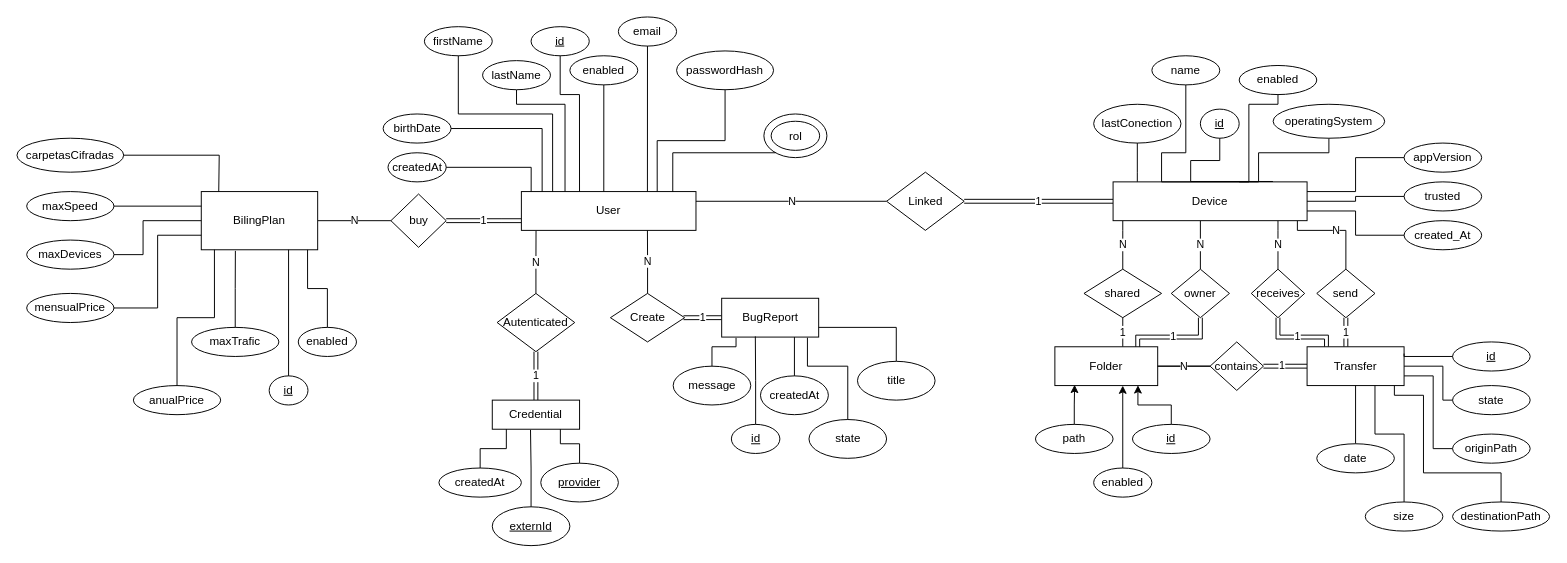
Above: docs/Diagrama_ER.drawio in Julian-Reguera/Bault_server (draw.io), before the change. Source tidied: cells renumbered, new cells numbered last; positions are measured from the earlier drawing's top-left corner, leaving out a move shared by most shapes. Both pictures are drawn from the tidied source at 97%, with x=0, y=0 at pixel (16, 16).
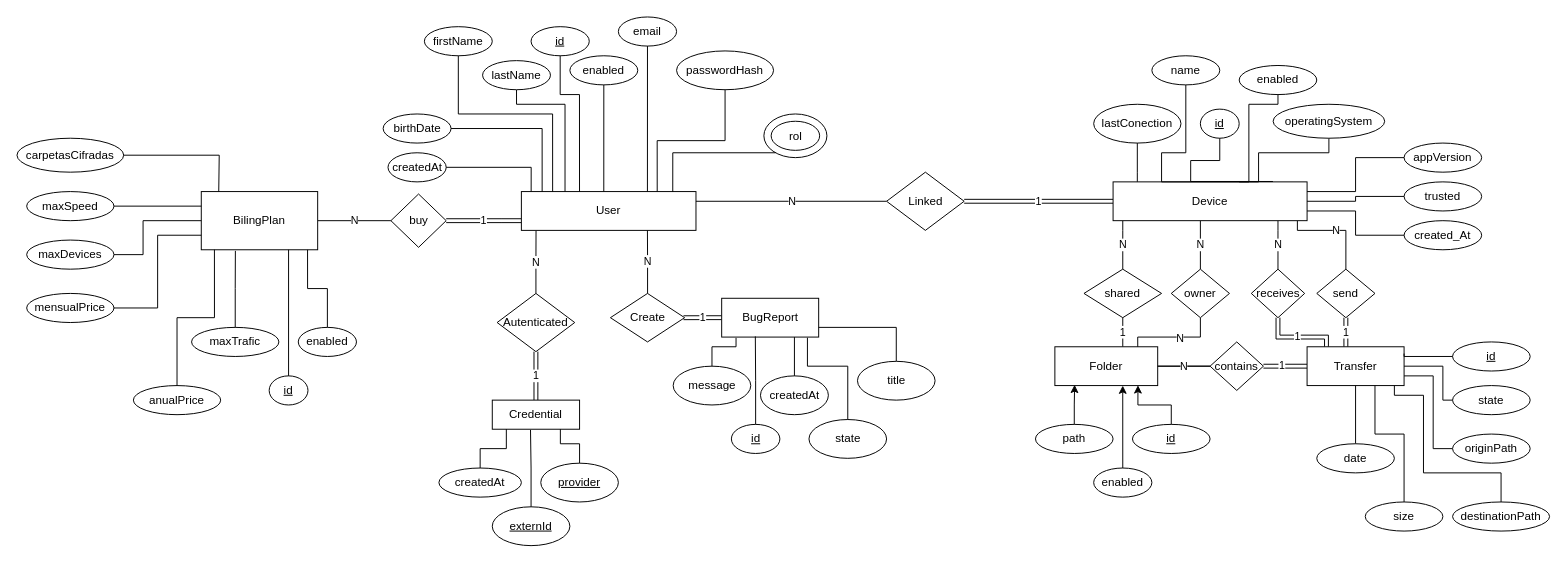
Above is the later version.

The change refers to these unchanged cells:
```xml
<mxCell id="52" value="Folder" style="rounded=0;whiteSpace=wrap;html=1;" parent="1" vertex="1">
  <mxGeometry x="1070" y="340" width="106" height="40" as="geometry" />
</mxCell>
<mxCell id="57" value="owner" style="rhombus;whiteSpace=wrap;html=1;" parent="1" vertex="1">
  <mxGeometry x="1190" y="260" width="60" height="50" as="geometry" />
</mxCell>
```

Change to the diagram source:
```diff
@@
-    <mxCell id="50" value="1" style="edgeStyle=orthogonalEdgeStyle;rounded=0;jettySize=auto;html=1;entryX=0.5;entryY=1;entryDx=0;entryDy=0;endArrow=none;endFill=0;shape=link;exitX=0.806;exitY=0.029;exitDx=0;exitDy=0;exitPerimeter=0;" parent="1" edge="1" source="52" target="57">
+    <mxCell id="50" style="edgeStyle=orthogonalEdgeStyle;rounded=0;jettySize=auto;html=1;entryX=0.5;entryY=1;entryDx=0;entryDy=0;endArrow=none;endFill=0;exitX=0.806;exitY=0.029;exitDx=0;exitDy=0;exitPerimeter=0;" parent="1" edge="1" source="52" target="57">
       <mxGeometry relative="1" as="geometry">
         <Array as="points">
           <mxPoint x="1155" y="330" />
           <mxPoint x="1220" y="330" />
         </Array>
       </mxGeometry>
     </mxCell>
+    <mxCell id="124" value="N" style="edgeLabel;html=1;align=center;verticalAlign=middle;" parent="50" vertex="1">
+      <mxGeometry x="0.13" y="-1" relative="1" as="geometry" />
+    </mxCell>
```
